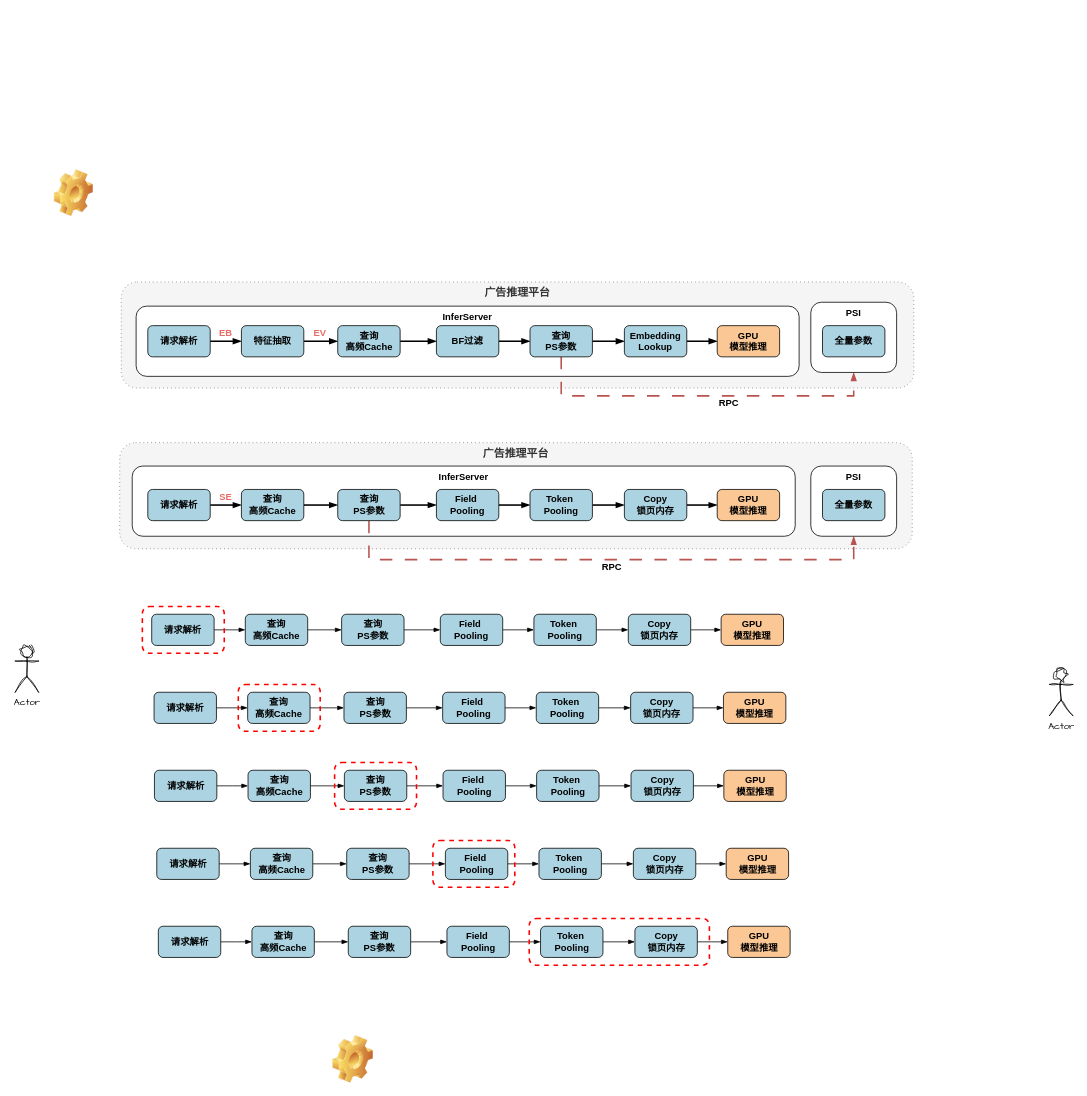
Earlier version of the draw.io diagram GprOptImpl.drawio (JackHsiung/totoro). Source tidied: cells renumbered, new cells numbered last; positions are measured from the earlier drawing's top-left corner, leaving out a move shared by most shapes. Both pictures are drawn from the tidied source at 78%, with x=0, y=0 at pixel (15, 169).
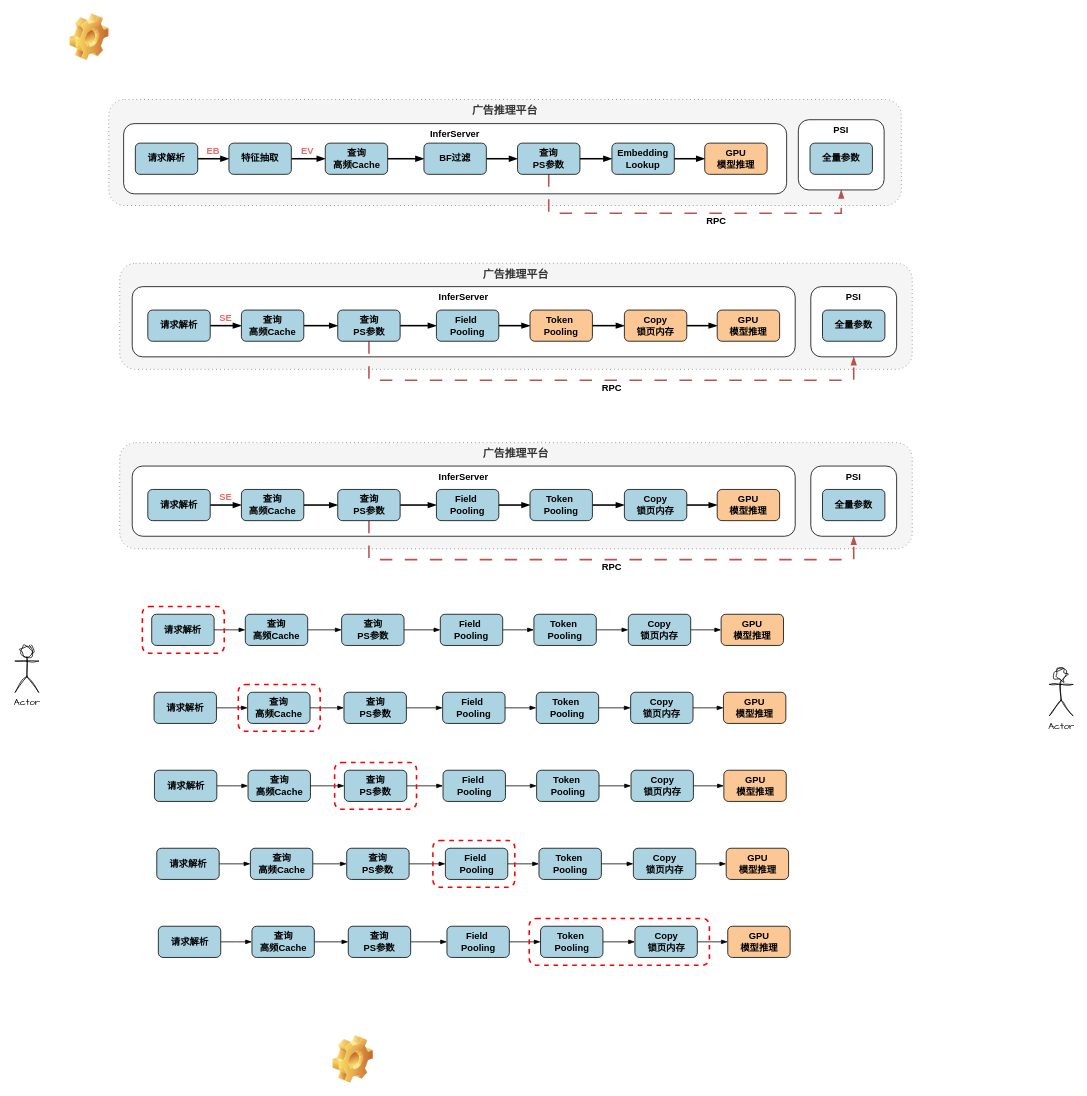
The same diagram, later.

Change to the diagram source:
```diff
@@
     <mxCell id="92" style="shape=image;html=1;verticalLabelPosition=bottom;verticalAlign=top;imageAspect=0;image=img/clipart/Gear_128x128.png;sketch=1;hachureGap=4;jiggle=2;curveFitting=1;fontFamily=Architects Daughter;" parent="1" vertex="1">
-      <mxGeometry x="50" width="50" height="60" as="geometry" />
+      <mxGeometry x="70" y="-200" width="50" height="60" as="geometry" />
     </mxCell>
@@
     <mxCell id="94" value="&lt;b&gt;&lt;font style=&quot;font-size: 14px;&quot;&gt;广告推理平台&lt;/font&gt;&lt;/b&gt;" style="rounded=1;whiteSpace=wrap;html=1;hachureGap=4;fontFamily=Architects Daughter;dashed=1;dashPattern=1 4;verticalAlign=top;fillColor=#f5f5f5;fontColor=#333333;strokeColor=#666666;" parent="1" vertex="1">
-      <mxGeometry x="136" y="144" width="1016" height="136" as="geometry" />
+      <mxGeometry x="120" y="-90" width="1016" height="136" as="geometry" />
     </mxCell>
     <mxCell id="95" value="&lt;font face=&quot;Helvetica&quot;&gt;&lt;b style=&quot;&quot;&gt;InferServer&lt;/b&gt;&lt;/font&gt;" style="rounded=1;whiteSpace=wrap;html=1;hachureGap=4;fontFamily=Architects Daughter;verticalAlign=top;" parent="1" vertex="1">
-      <mxGeometry x="155" y="175" width="850" height="90" as="geometry" />
+      <mxGeometry x="139" y="-59" width="850" height="90" as="geometry" />
     </mxCell>
     <mxCell id="96" style="edgeStyle=orthogonalEdgeStyle;rounded=0;hachureGap=4;jettySize=auto;html=1;exitX=1;exitY=0.5;exitDx=0;exitDy=0;fontFamily=Architects Daughter;endArrow=blockThin;endFill=1;strokeWidth=2;" parent="1" edge="1" source="97" target="99">
       <mxGeometry relative="1" as="geometry">
         <Array as="points">
-          <mxPoint x="270" y="220" />
-          <mxPoint x="270" y="220" />
+          <mxPoint x="254" y="-14" />
+          <mxPoint x="254" y="-14" />
         </Array>
       </mxGeometry>
     </mxCell>
     <mxCell id="97" value="请求解析" style="rounded=1;whiteSpace=wrap;html=1;hachureGap=4;fontFamily=Helvetica;fontStyle=1;fillColor=#ABD3E1;" parent="1" vertex="1">
-      <mxGeometry x="170" y="200" width="80" height="40" as="geometry" />
+      <mxGeometry x="154" y="-34" width="80" height="40" as="geometry" />
     </mxCell>
@@
     <mxCell id="99" value="特征抽取" style="rounded=1;whiteSpace=wrap;html=1;hachureGap=4;fontFamily=Helvetica;fontStyle=1;fillColor=#ABD3E1;" parent="1" vertex="1">
-      <mxGeometry x="290" y="200" width="80" height="40" as="geometry" />
+      <mxGeometry x="274" y="-34" width="80" height="40" as="geometry" />
     </mxCell>
@@
     <mxCell id="101" value="查询&lt;div&gt;高频Cache&lt;/div&gt;" style="rounded=1;whiteSpace=wrap;html=1;hachureGap=4;fontFamily=Helvetica;fontStyle=1;fillColor=#ABD3E1;" parent="1" vertex="1">
-      <mxGeometry x="413.5" y="200" width="80" height="40" as="geometry" />
+      <mxGeometry x="397.5" y="-34" width="80" height="40" as="geometry" />
     </mxCell>
@@
     <mxCell id="103" value="BF过滤" style="rounded=1;whiteSpace=wrap;html=1;hachureGap=4;fontFamily=Helvetica;fontStyle=1;fillColor=#ABD3E1;" parent="1" vertex="1">
-      <mxGeometry x="540" y="200" width="80" height="40" as="geometry" />
+      <mxGeometry x="524" y="-34" width="80" height="40" as="geometry" />
     </mxCell>
@@
     <mxCell id="105" style="edgeStyle=orthogonalEdgeStyle;rounded=0;hachureGap=4;jettySize=auto;html=1;exitX=0.5;exitY=1;exitDx=0;exitDy=0;fontFamily=Architects Daughter;endArrow=blockThin;endFill=1;fontStyle=1;strokeWidth=2;entryX=0.5;entryY=1;entryDx=0;entryDy=0;dashed=1;dashPattern=8 8;fillColor=#f8cecc;strokeColor=#b85450;" parent="1" edge="1" source="106" target="110">
       <mxGeometry relative="1" as="geometry">
         <Array as="points">
-          <mxPoint x="700" y="290" />
-          <mxPoint x="1075" y="290" />
+          <mxPoint x="684" y="56" />
+          <mxPoint x="1059" y="56" />
         </Array>
       </mxGeometry>
     </mxCell>
     <mxCell id="106" value="查询&lt;div&gt;PS&lt;span style=&quot;background-color: transparent; color: light-dark(rgb(0, 0, 0), rgb(255, 255, 255));&quot;&gt;参数&lt;/span&gt;&lt;/div&gt;" style="rounded=1;whiteSpace=wrap;html=1;hachureGap=4;fontFamily=Helvetica;fontStyle=1;fillColor=#ABD3E1;" parent="1" vertex="1">
-      <mxGeometry x="660" y="200" width="80" height="40" as="geometry" />
+      <mxGeometry x="644" y="-34" width="80" height="40" as="geometry" />
     </mxCell>
@@
     <mxCell id="108" value="&lt;div&gt;Embedding&lt;/div&gt;Lookup" style="rounded=1;whiteSpace=wrap;html=1;hachureGap=4;fontFamily=Helvetica;fontStyle=1;fillColor=#ABD3E1;" parent="1" vertex="1">
-      <mxGeometry x="781" y="200" width="80" height="40" as="geometry" />
+      <mxGeometry x="765" y="-34" width="80" height="40" as="geometry" />
     </mxCell>
     <mxCell id="109" value="GPU&lt;div&gt;模型推理&lt;/div&gt;" style="rounded=1;whiteSpace=wrap;html=1;hachureGap=4;fontFamily=Helvetica;fontStyle=1;fillColor=#FAC795;" parent="1" vertex="1">
-      <mxGeometry x="900" y="200" width="80" height="40" as="geometry" />
+      <mxGeometry x="884" y="-34" width="80" height="40" as="geometry" />
     </mxCell>
     <mxCell id="110" value="&lt;font face=&quot;Helvetica&quot;&gt;&lt;b style=&quot;&quot;&gt;PSI&lt;/b&gt;&lt;/font&gt;" style="rounded=1;whiteSpace=wrap;html=1;hachureGap=4;fontFamily=Architects Daughter;verticalAlign=top;" parent="1" vertex="1">
-      <mxGeometry x="1020" y="170" width="110" height="90" as="geometry" />
+      <mxGeometry x="1004" y="-64" width="110" height="90" as="geometry" />
     </mxCell>
     <mxCell id="111" value="全量参数" style="rounded=1;whiteSpace=wrap;html=1;hachureGap=4;fontFamily=Helvetica;fontStyle=1;fillColor=#ABD3E1;" parent="1" vertex="1">
-      <mxGeometry x="1035" y="200" width="80" height="40" as="geometry" />
+      <mxGeometry x="1019" y="-34" width="80" height="40" as="geometry" />
     </mxCell>
     <mxCell id="112" value="RPC" style="text;html=1;align=center;verticalAlign=middle;whiteSpace=wrap;rounded=0;fontFamily=Helvetica;fontStyle=1;" parent="1" vertex="1">
-      <mxGeometry x="890" y="290" width="50" height="20" as="geometry" />
+      <mxGeometry x="874" y="56" width="50" height="20" as="geometry" />
     </mxCell>
     <mxCell id="113" value="EV" style="text;html=1;align=center;verticalAlign=middle;whiteSpace=wrap;rounded=0;fontFamily=Helvetica;fontStyle=1;fontColor=#EA6B66;" parent="1" vertex="1">
-      <mxGeometry x="375" y="200" width="32" height="20" as="geometry" />
+      <mxGeometry x="359" y="-34" width="32" height="20" as="geometry" />
     </mxCell>
     <mxCell id="114" value="EB" style="text;html=1;align=center;verticalAlign=middle;whiteSpace=wrap;rounded=0;fontFamily=Helvetica;fontStyle=1;fontColor=#EA6B66;" parent="1" vertex="1">
-      <mxGeometry x="255" y="200" width="30" height="20" as="geometry" />
+      <mxGeometry x="239" y="-34" width="30" height="20" as="geometry" />
     </mxCell>
@@
+    <mxCell id="117" value="&lt;b&gt;&lt;font style=&quot;font-size: 14px;&quot;&gt;广告推理平台&lt;/font&gt;&lt;/b&gt;" style="rounded=1;whiteSpace=wrap;html=1;hachureGap=4;fontFamily=Architects Daughter;dashed=1;dashPattern=1 4;verticalAlign=top;fillColor=#f5f5f5;fontColor=#333333;strokeColor=#666666;" parent="1" vertex="1">
+      <mxGeometry x="134" y="120" width="1016" height="136" as="geometry" />
+    </mxCell>
+    <mxCell id="118" value="&lt;font face=&quot;Helvetica&quot;&gt;&lt;b style=&quot;&quot;&gt;InferServer&lt;/b&gt;&lt;/font&gt;" style="rounded=1;whiteSpace=wrap;html=1;hachureGap=4;fontFamily=Architects Daughter;verticalAlign=top;" parent="1" vertex="1">
+      <mxGeometry x="150" y="150" width="850" height="90" as="geometry" />
+    </mxCell>
+    <mxCell id="119" style="edgeStyle=orthogonalEdgeStyle;rounded=0;hachureGap=4;jettySize=auto;html=1;exitX=1;exitY=0.5;exitDx=0;exitDy=0;fontFamily=Architects Daughter;endArrow=blockThin;endFill=1;strokeWidth=2;" parent="1" edge="1" source="120" target="122">
+      <mxGeometry relative="1" as="geometry">
+        <Array as="points">
+          <mxPoint x="270" y="200" />
+          <mxPoint x="270" y="200" />
+        </Array>
+      </mxGeometry>
+    </mxCell>
+    <mxCell id="120" value="请求解析" style="rounded=1;whiteSpace=wrap;html=1;hachureGap=4;fontFamily=Helvetica;fontStyle=1;fillColor=#ABD3E1;" parent="1" vertex="1">
+      <mxGeometry x="170" y="180" width="80" height="40" as="geometry" />
+    </mxCell>
+    <mxCell id="121" style="edgeStyle=orthogonalEdgeStyle;rounded=0;hachureGap=4;jettySize=auto;html=1;exitX=1;exitY=0.5;exitDx=0;exitDy=0;entryX=0;entryY=0.5;entryDx=0;entryDy=0;fontFamily=Architects Daughter;endArrow=blockThin;endFill=1;strokeWidth=2;" parent="1" edge="1" source="122" target="125">
+      <mxGeometry relative="1" as="geometry" />
+    </mxCell>
+    <mxCell id="122" value="查询&lt;div&gt;高频Cache&lt;/div&gt;" style="rounded=1;whiteSpace=wrap;html=1;hachureGap=4;fontFamily=Helvetica;fontStyle=1;fillColor=#ABD3E1;" parent="1" vertex="1">
+      <mxGeometry x="290" y="180" width="80" height="40" as="geometry" />
+    </mxCell>
+    <mxCell id="123" style="edgeStyle=orthogonalEdgeStyle;rounded=0;hachureGap=4;jettySize=auto;html=1;exitX=1;exitY=0.5;exitDx=0;exitDy=0;fontFamily=Architects Daughter;endArrow=blockThin;endFill=1;strokeWidth=2;" parent="1" edge="1" source="125" target="127">
+      <mxGeometry relative="1" as="geometry" />
+    </mxCell>
+    <mxCell id="124" style="edgeStyle=orthogonalEdgeStyle;rounded=0;hachureGap=4;jettySize=auto;html=1;exitX=0.5;exitY=1;exitDx=0;exitDy=0;entryX=0.5;entryY=1;entryDx=0;entryDy=0;fontFamily=Architects Daughter;endArrow=blockThin;endFill=1;strokeWidth=2;dashed=1;dashPattern=8 8;fillColor=#f8cecc;strokeColor=#b85450;" parent="1" edge="1" source="125" target="133">
+      <mxGeometry relative="1" as="geometry">
+        <Array as="points">
+          <mxPoint x="454" y="270" />
+          <mxPoint x="1075" y="270" />
+        </Array>
+      </mxGeometry>
+    </mxCell>
+    <mxCell id="125" value="查询&lt;div&gt;PS&lt;span style=&quot;background-color: transparent; color: light-dark(rgb(0, 0, 0), rgb(255, 255, 255));&quot;&gt;参数&lt;/span&gt;&lt;/div&gt;" style="rounded=1;whiteSpace=wrap;html=1;hachureGap=4;fontFamily=Helvetica;fontStyle=1;fillColor=#ABD3E1;" parent="1" vertex="1">
+      <mxGeometry x="413.5" y="180" width="80" height="40" as="geometry" />
+    </mxCell>
+    <mxCell id="126" style="edgeStyle=orthogonalEdgeStyle;rounded=0;hachureGap=4;jettySize=auto;html=1;exitX=1;exitY=0.5;exitDx=0;exitDy=0;entryX=0;entryY=0.5;entryDx=0;entryDy=0;fontFamily=Architects Daughter;endArrow=blockThin;endFill=1;strokeWidth=2;" parent="1" edge="1" source="127" target="129">
+      <mxGeometry relative="1" as="geometry" />
+    </mxCell>
+    <mxCell id="127" value="Field&amp;nbsp;&lt;div&gt;Pooling&lt;/div&gt;" style="rounded=1;whiteSpace=wrap;html=1;hachureGap=4;fontFamily=Helvetica;fontStyle=1;fillColor=#ABD3E1;" parent="1" vertex="1">
+      <mxGeometry x="540" y="180" width="80" height="40" as="geometry" />
+    </mxCell>
+    <mxCell id="128" style="edgeStyle=orthogonalEdgeStyle;rounded=0;hachureGap=4;jettySize=auto;html=1;exitX=1;exitY=0.5;exitDx=0;exitDy=0;entryX=0;entryY=0.5;entryDx=0;entryDy=0;fontFamily=Architects Daughter;endArrow=blockThin;endFill=1;strokeWidth=2;" parent="1" edge="1" source="129" target="131">
+      <mxGeometry relative="1" as="geometry" />
+    </mxCell>
+    <mxCell id="129" value="Token&amp;nbsp;&lt;div&gt;Pooling&lt;/div&gt;" style="rounded=1;whiteSpace=wrap;html=1;hachureGap=4;fontFamily=Helvetica;fontStyle=1;fillColor=#FAC795;" parent="1" vertex="1">
+      <mxGeometry x="660" y="180" width="80" height="40" as="geometry" />
+    </mxCell>
+    <mxCell id="130" style="edgeStyle=orthogonalEdgeStyle;rounded=0;hachureGap=4;jettySize=auto;html=1;exitX=1;exitY=0.5;exitDx=0;exitDy=0;entryX=0;entryY=0.5;entryDx=0;entryDy=0;fontFamily=Architects Daughter;endArrow=blockThin;endFill=1;strokeWidth=2;" parent="1" edge="1" source="131" target="132">
+      <mxGeometry relative="1" as="geometry" />
+    </mxCell>
+    <mxCell id="131" value="Copy&lt;div&gt;锁页内存&lt;/div&gt;" style="rounded=1;whiteSpace=wrap;html=1;hachureGap=4;fontFamily=Helvetica;fontStyle=1;fillColor=#FAC795;" parent="1" vertex="1">
+      <mxGeometry x="781" y="180" width="80" height="40" as="geometry" />
+    </mxCell>
+    <mxCell id="132" value="GPU&lt;div&gt;模型推理&lt;/div&gt;" style="rounded=1;whiteSpace=wrap;html=1;hachureGap=4;fontFamily=Helvetica;fontStyle=1;fillColor=#FAC795;" parent="1" vertex="1">
+      <mxGeometry x="900" y="180" width="80" height="40" as="geometry" />
+    </mxCell>
+    <mxCell id="133" value="&lt;font face=&quot;Helvetica&quot;&gt;&lt;b style=&quot;&quot;&gt;PSI&lt;/b&gt;&lt;/font&gt;" style="rounded=1;whiteSpace=wrap;html=1;hachureGap=4;fontFamily=Architects Daughter;verticalAlign=top;" parent="1" vertex="1">
+      <mxGeometry x="1020" y="150" width="110" height="90" as="geometry" />
+    </mxCell>
+    <mxCell id="134" value="全量参数" style="rounded=1;whiteSpace=wrap;html=1;hachureGap=4;fontFamily=Helvetica;fontStyle=1;fillColor=#ABD3E1;" parent="1" vertex="1">
+      <mxGeometry x="1035" y="180" width="80" height="40" as="geometry" />
+    </mxCell>
+    <mxCell id="135" value="RPC" style="text;html=1;align=center;verticalAlign=middle;whiteSpace=wrap;rounded=0;fontFamily=Helvetica;fontStyle=1;" parent="1" vertex="1">
+      <mxGeometry x="740" y="270" width="50" height="20" as="geometry" />
+    </mxCell>
+    <mxCell id="136" value="SE" style="text;html=1;align=center;verticalAlign=middle;whiteSpace=wrap;rounded=0;fontFamily=Helvetica;fontStyle=1;fontColor=#EA6B66;" parent="1" vertex="1">
+      <mxGeometry x="255" y="180" width="30" height="20" as="geometry" />
+    </mxCell>
```
